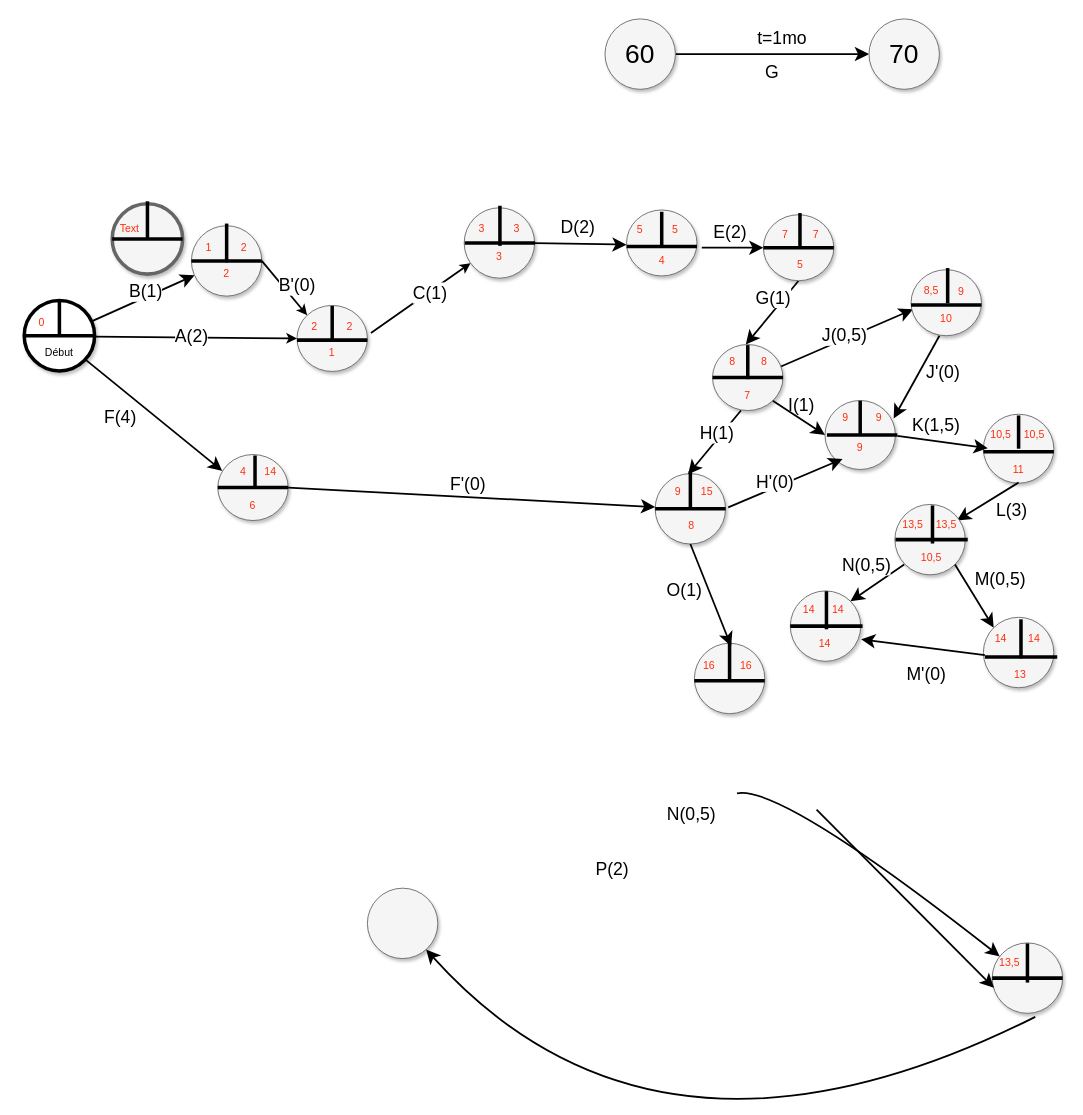
Above: Untitled Diagram.drawio in amalgum/laracarte-tdn (draw.io), before the change. Source tidied: cells renumbered, new cells numbered last; positions are measured from the earlier drawing's top-left corner, leaving out a move shared by most shapes. Both pictures are drawn from the tidied source at 88%, with x=0, y=0 at pixel (15, 18).
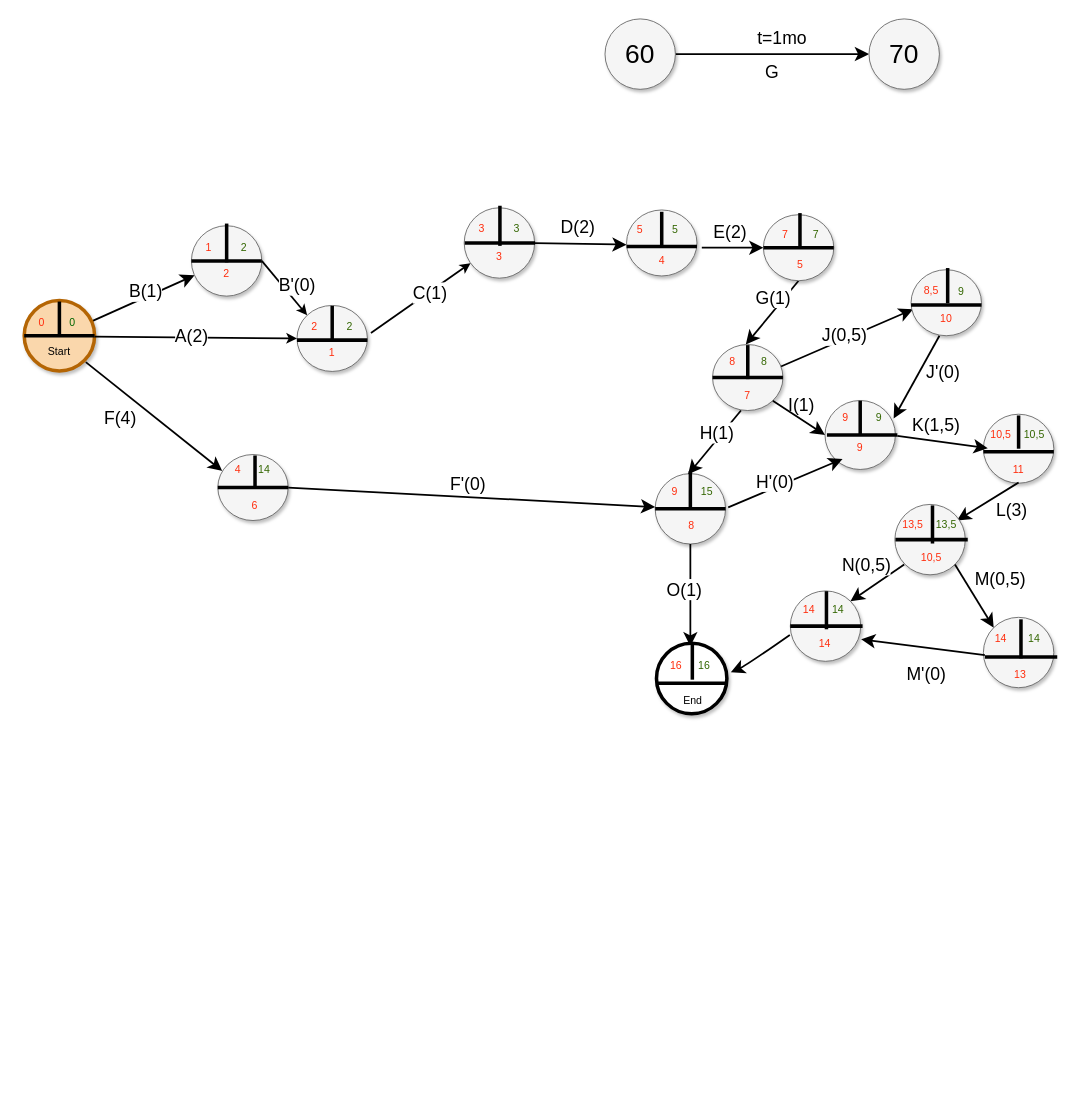
After the change.

The change refers to these unchanged cells:
```xml
<mxCell id="48" style="ellipse;whiteSpace=wrap;html=1;rounded=0;shadow=1;strokeColor=#666666;strokeWidth=1;fontSize=30;align=center;fillColor=#f5f5f5;" parent="1" vertex="1">
  <mxGeometry x="230" y="495" width="80" height="75" as="geometry" />
</mxCell>
<mxCell id="52" style="ellipse;whiteSpace=wrap;html=1;rounded=0;shadow=1;strokeColor=#666666;strokeWidth=1;fontSize=30;align=center;fillColor=#f5f5f5;direction=south;" parent="1" vertex="1">
  <mxGeometry x="727" y="516.7" width="80" height="80" as="geometry" />
</mxCell>
```

Diff of the diagram source:
```diff
@@
-    <mxCell id="3" style="ellipse;whiteSpace=wrap;html=1;rounded=0;shadow=1;strokeWidth=4;fontSize=30;align=center;" parent="1" vertex="1">
+    <mxCell id="3" style="ellipse;whiteSpace=wrap;html=1;rounded=0;shadow=1;strokeWidth=4;fontSize=30;align=center;fillColor=#fad7ac;strokeColor=#b46504;" parent="1" vertex="1">
       <mxGeometry x="10" y="320" width="80" height="80" as="geometry" />
     </mxCell>
@@
-    <mxCell id="18" style="ellipse;whiteSpace=wrap;html=1;rounded=0;shadow=1;strokeColor=#666666;strokeWidth=4;fontSize=30;align=center;fillColor=#f5f5f5;" parent="1" vertex="1">
-      <mxGeometry x="110" y="210" width="80" height="80" as="geometry" />
-    </mxCell>
-    <mxCell id="19" style="line;strokeWidth=4;html=1;perimeter=backbonePerimeter;" parent="1" vertex="1">
-      <mxGeometry x="110" y="245" width="80" height="10" as="geometry" />
-    </mxCell>
-    <mxCell id="20" style="line;strokeWidth=4;html=1;perimeter=backbonePerimeter;rotation=90;" parent="1" vertex="1">
-      <mxGeometry x="128.8" y="223.5" width="42.5" height="10" as="geometry" />
-    </mxCell>
-    <mxCell id="21" value="Début" style="text;html=1;strokeColor=none;fillColor=none;align=center;verticalAlign=middle;whiteSpace=wrap;rounded=0;" parent="1" vertex="1">
-      <mxGeometry x="20" y="365" width="60" height="30" as="geometry" />
+    <mxCell id="21" value="Start" style="text;html=1;strokeColor=none;fillColor=none;align=center;verticalAlign=middle;whiteSpace=wrap;rounded=0;" parent="1" vertex="1">
+      <mxGeometry x="30" y="365" width="40" height="25" as="geometry" />
     </mxCell>
@@
-    <mxCell id="44" style="ellipse;whiteSpace=wrap;html=1;rounded=0;shadow=1;strokeColor=#666666;strokeWidth=1;fontSize=30;align=center;fillColor=#f5f5f5;direction=south;" parent="1" vertex="1">
-      <mxGeometry x="1110" y="1050" width="80" height="80" as="geometry" />
-    </mxCell>
-    <mxCell id="45" style="ellipse;whiteSpace=wrap;html=1;rounded=0;shadow=1;strokeColor=#666666;strokeWidth=1;fontSize=30;align=center;fillColor=#f5f5f5;direction=south;" parent="1" vertex="1">
-      <mxGeometry x="771.6" y="709.5" width="80" height="80" as="geometry" />
-    </mxCell>
-    <mxCell id="46" style="edgeStyle=none;curved=1;html=1;startSize=10;endFill=1;endSize=10;strokeWidth=2;fontSize=12;exitX=1;exitY=0.75;exitDx=0;exitDy=0;entryX=0.063;entryY=0.248;entryDx=0;entryDy=0;entryPerimeter=0;" parent="1" edge="1" source="21" target="48">
-      <mxGeometry relative="1" as="geometry" />
+    <mxCell id="46" style="edgeStyle=none;curved=1;html=1;startSize=10;endFill=1;endSize=10;strokeWidth=2;fontSize=12;entryX=0.063;entryY=0.248;entryDx=0;entryDy=0;entryPerimeter=0;" parent="1" edge="1" target="48">
+      <mxGeometry relative="1" as="geometry">
+        <mxPoint x="80" y="390" as="sourcePoint" />
+      </mxGeometry>
     </mxCell>
@@
     <mxCell id="53" style="edgeStyle=none;curved=1;html=1;startSize=10;endFill=1;endSize=10;strokeWidth=2;fontSize=12;exitX=1;exitY=0.5;exitDx=0;exitDy=0;" parent="1" edge="1" source="52">
       <mxGeometry relative="1" as="geometry">
-        <mxPoint x="813.3" y="712.8" as="targetPoint" />
+        <mxPoint x="767" y="713" as="targetPoint" />
       </mxGeometry>
     </mxCell>
-    <mxCell id="54" style="edgeStyle=none;curved=1;html=1;startSize=10;endFill=1;endSize=10;strokeWidth=2;fontSize=12;entryX=0.638;entryY=0.975;entryDx=0;entryDy=0;entryPerimeter=0;" parent="1" edge="1" target="44">
-      <mxGeometry relative="1" as="geometry">
-        <mxPoint x="910.4" y="898.4" as="sourcePoint" />
-      </mxGeometry>
-    </mxCell>
-    <mxCell id="55" style="edgeStyle=none;curved=1;html=1;startSize=10;endFill=1;endSize=10;strokeWidth=2;fontSize=12;" parent="1" edge="1" target="44">
-      <mxGeometry relative="1" as="geometry">
-        <mxPoint x="820" y="880" as="sourcePoint" />
-        <Array as="points">
-          <mxPoint x="870" y="870" />
-        </Array>
-      </mxGeometry>
-    </mxCell>
@@
-    <mxCell id="62" style="line;strokeWidth=4;html=1;perimeter=backbonePerimeter;" parent="1" vertex="1">
-      <mxGeometry x="771.5" y="747.2" width="80" height="10" as="geometry" />
-    </mxCell>
-    <mxCell id="63" style="line;strokeWidth=4;html=1;perimeter=backbonePerimeter;" parent="1" vertex="1">
-      <mxGeometry x="1110" y="1085" width="80" height="10" as="geometry" />
-    </mxCell>
-    <mxCell id="64" style="line;strokeWidth=4;html=1;perimeter=backbonePerimeter;rotation=90;" parent="1" vertex="1">
-      <mxGeometry x="1127.8" y="1067.8" width="44.5" height="10" as="geometry" />
-    </mxCell>
-    <mxCell id="65" style="line;strokeWidth=4;html=1;perimeter=backbonePerimeter;rotation=90;" parent="1" vertex="1">
-      <mxGeometry x="789.3" y="725" width="44.5" height="10" as="geometry" />
-    </mxCell>
-    <mxCell id="66" value="Text" style="text;html=1;strokeColor=none;fillColor=none;align=center;verticalAlign=middle;whiteSpace=wrap;rounded=0;fontColor=#FF2D0D;" parent="1" vertex="1">
-      <mxGeometry x="100" y="223.5" width="60" height="30" as="geometry" />
-    </mxCell>
     <mxCell id="67" value="0" style="text;html=1;strokeColor=none;fillColor=none;align=center;verticalAlign=middle;whiteSpace=wrap;rounded=0;fontColor=#FF2D0D;" parent="1" vertex="1">
-      <mxGeometry y="330" width="60" height="30" as="geometry" />
+      <mxGeometry x="20" y="330" width="20" height="30" as="geometry" />
     </mxCell>
@@
     <mxCell id="71" value="&lt;font color=&quot;#FF2D0D&quot;&gt;4&lt;/font&gt;" style="text;html=1;strokeColor=none;fillColor=none;align=center;verticalAlign=middle;whiteSpace=wrap;rounded=0;" parent="1" vertex="1">
-      <mxGeometry x="228.9" y="500" width="60" height="30" as="geometry" />
+      <mxGeometry x="223.4" y="497.5" width="60" height="30" as="geometry" />
     </mxCell>
-    <mxCell id="72" style="ellipse;whiteSpace=wrap;html=1;rounded=0;shadow=1;strokeColor=#666666;strokeWidth=1;fontSize=30;align=center;fillColor=#f5f5f5;direction=south;" parent="1" vertex="1">
-      <mxGeometry x="400" y="987.8" width="80" height="80" as="geometry" />
-    </mxCell>
-    <mxCell id="73" style="edgeStyle=none;curved=1;html=1;startSize=10;endFill=1;endSize=10;strokeWidth=2;fontSize=12;exitX=1.05;exitY=0.388;exitDx=0;exitDy=0;exitPerimeter=0;" parent="1" edge="1" source="44" target="72">
-      <mxGeometry relative="1" as="geometry">
-        <Array as="points">
-          <mxPoint x="730" y="1350" />
-        </Array>
-      </mxGeometry>
-    </mxCell>
@@
-    <mxCell id="76" value="16" style="text;html=1;strokeColor=none;fillColor=none;align=center;verticalAlign=middle;whiteSpace=wrap;rounded=0;fontColor=#FF2D0D;" parent="1" vertex="1">
-      <mxGeometry x="797.5" y="720" width="64.7" height="30" as="geometry" />
-    </mxCell>
-    <mxCell id="77" value="13,5" style="text;html=1;strokeColor=none;fillColor=none;align=center;verticalAlign=middle;whiteSpace=wrap;rounded=0;fontColor=#FF2D0D;" parent="1" vertex="1">
-      <mxGeometry x="1100" y="1057.8" width="60" height="30" as="geometry" />
-    </mxCell>
-    <mxCell id="78" value="N(0,5)" style="text;html=1;align=center;verticalAlign=middle;labelBackgroundColor=#ffffff;fontSize=20;" parent="1" vertex="1">
-      <mxGeometry x="872.2" y="915" as="geometry">
-        <mxPoint x="-105" y="-13" as="offset" />
-      </mxGeometry>
-    </mxCell>
-    <mxCell id="79" value="P(2)" style="text;html=1;align=center;verticalAlign=middle;labelBackgroundColor=#ffffff;fontSize=20;" parent="1" vertex="1">
-      <mxGeometry x="780" y="979" as="geometry">
-        <mxPoint x="-103" y="-15" as="offset" />
-      </mxGeometry>
-    </mxCell>
@@
-    <mxCell id="82" value="2" style="text;html=1;strokeColor=none;fillColor=none;align=center;verticalAlign=middle;whiteSpace=wrap;rounded=0;fontColor=#FF2D0D;" parent="1" vertex="1">
+    <mxCell id="82" value="&lt;font color=&quot;#336600&quot;&gt;2&lt;/font&gt;" style="text;html=1;strokeColor=none;fillColor=none;align=center;verticalAlign=middle;whiteSpace=wrap;rounded=0;fontColor=#FF2D0D;" parent="1" vertex="1">
       <mxGeometry x="240" y="245" width="40" height="30" as="geometry" />
     </mxCell>
@@
-    <mxCell id="89" value="3" style="text;html=1;strokeColor=none;fillColor=none;align=center;verticalAlign=middle;whiteSpace=wrap;rounded=0;fontColor=#FF2D0D;" parent="1" vertex="1">
+    <mxCell id="89" value="&lt;font color=&quot;#336600&quot;&gt;3&lt;/font&gt;" style="text;html=1;strokeColor=none;fillColor=none;align=center;verticalAlign=middle;whiteSpace=wrap;rounded=0;fontColor=#FF2D0D;" parent="1" vertex="1">
       <mxGeometry x="540" y="223.5" width="60" height="30" as="geometry" />
     </mxCell>
@@
-    <mxCell id="91" value="5" style="text;html=1;strokeColor=none;fillColor=none;align=center;verticalAlign=middle;whiteSpace=wrap;rounded=0;fontColor=#FF2D0D;" parent="1" vertex="1">
+    <mxCell id="91" value="&lt;font color=&quot;#336600&quot;&gt;5&lt;/font&gt;" style="text;html=1;strokeColor=none;fillColor=none;align=center;verticalAlign=middle;whiteSpace=wrap;rounded=0;fontColor=#FF2D0D;" parent="1" vertex="1">
       <mxGeometry x="720" y="225" width="60" height="30" as="geometry" />
     </mxCell>
@@
-    <mxCell id="93" value="7" style="text;html=1;strokeColor=none;fillColor=none;align=center;verticalAlign=middle;whiteSpace=wrap;rounded=0;fontColor=#FF2D0D;" parent="1" vertex="1">
+    <mxCell id="93" value="&lt;font color=&quot;#336600&quot;&gt;7&lt;/font&gt;" style="text;html=1;strokeColor=none;fillColor=none;align=center;verticalAlign=middle;whiteSpace=wrap;rounded=0;fontColor=#FF2D0D;" parent="1" vertex="1">
       <mxGeometry x="880" y="229.6" width="60" height="30" as="geometry" />
     </mxCell>
@@
-    <mxCell id="100" value="9" style="text;html=1;strokeColor=none;fillColor=none;align=center;verticalAlign=middle;whiteSpace=wrap;rounded=0;fontColor=#FF2D0D;" parent="1" vertex="1">
+    <mxCell id="100" value="9" style="text;html=1;strokeColor=none;fillColor=none;align=center;verticalAlign=middle;whiteSpace=wrap;rounded=0;fontColor=#336600;" parent="1" vertex="1">
       <mxGeometry x="1040" y="294.6" width="70" height="30" as="geometry" />
     </mxCell>
@@
-    <mxCell id="105" value="9" style="text;html=1;strokeColor=none;fillColor=none;align=center;verticalAlign=middle;whiteSpace=wrap;rounded=0;fontColor=#FF2D0D;" parent="1" vertex="1">
+    <mxCell id="105" value="&lt;font color=&quot;#336600&quot;&gt;9&lt;/font&gt;" style="text;html=1;strokeColor=none;fillColor=none;align=center;verticalAlign=middle;whiteSpace=wrap;rounded=0;fontColor=#FF2D0D;" parent="1" vertex="1">
       <mxGeometry x="960.5" y="437.8" width="41.1" height="30" as="geometry" />
     </mxCell>
@@
-    <mxCell id="109" value="10,5" style="text;html=1;strokeColor=none;fillColor=none;align=center;verticalAlign=middle;whiteSpace=wrap;rounded=0;fontColor=#FF2D0D;" parent="1" vertex="1">
+    <mxCell id="109" value="&lt;font color=&quot;#336600&quot;&gt;10,5&lt;/font&gt;" style="text;html=1;strokeColor=none;fillColor=none;align=center;verticalAlign=middle;whiteSpace=wrap;rounded=0;fontColor=#FF2D0D;" parent="1" vertex="1">
       <mxGeometry x="1127.8" y="458.4" width="60" height="30" as="geometry" />
     </mxCell>
@@
-    <mxCell id="121" value="8" style="text;html=1;strokeColor=none;fillColor=none;align=center;verticalAlign=middle;whiteSpace=wrap;rounded=0;fontColor=#FF2D0D;" parent="1" vertex="1">
+    <mxCell id="121" value="&lt;font color=&quot;#336600&quot;&gt;8&lt;/font&gt;" style="text;html=1;strokeColor=none;fillColor=none;align=center;verticalAlign=middle;whiteSpace=wrap;rounded=0;fontColor=#FF2D0D;" parent="1" vertex="1">
       <mxGeometry x="820.5" y="375" width="60" height="30" as="geometry" />
     </mxCell>
@@
-    <mxCell id="130" value="13,5" style="text;html=1;strokeColor=none;fillColor=none;align=center;verticalAlign=middle;whiteSpace=wrap;rounded=0;fontColor=#FF2D0D;" parent="1" vertex="1">
+    <mxCell id="130" value="&lt;font color=&quot;#336600&quot;&gt;13,5&lt;/font&gt;" style="text;html=1;strokeColor=none;fillColor=none;align=center;verticalAlign=middle;whiteSpace=wrap;rounded=0;fontColor=#FF2D0D;" parent="1" vertex="1">
       <mxGeometry x="1027.8" y="559.5" width="60" height="30" as="geometry" />
     </mxCell>
@@
-    <mxCell id="136" value="2" style="text;html=1;strokeColor=none;fillColor=none;align=center;verticalAlign=middle;whiteSpace=wrap;rounded=0;fontColor=#FF2D0D;" parent="1" vertex="1">
+    <mxCell id="136" value="&lt;font color=&quot;#336600&quot;&gt;2&lt;/font&gt;" style="text;html=1;strokeColor=none;fillColor=none;align=center;verticalAlign=middle;whiteSpace=wrap;rounded=0;fontColor=#FF2D0D;" parent="1" vertex="1">
       <mxGeometry x="350" y="335" width="60" height="30" as="geometry" />
     </mxCell>
@@
-    <mxCell id="139" value="14" style="text;html=1;strokeColor=none;fillColor=none;align=center;verticalAlign=middle;whiteSpace=wrap;rounded=0;fontColor=#FF2D0D;" parent="1" vertex="1">
+    <mxCell id="139" value="14" style="text;html=1;strokeColor=none;fillColor=none;align=center;verticalAlign=middle;whiteSpace=wrap;rounded=0;fontColor=#336600;" parent="1" vertex="1">
       <mxGeometry x="904.7" y="656.9" width="60" height="30" as="geometry" />
     </mxCell>
@@
-    <mxCell id="142" value="14" style="text;html=1;strokeColor=none;fillColor=none;align=center;verticalAlign=middle;whiteSpace=wrap;rounded=0;fontColor=#FF2D0D;" parent="1" vertex="1">
+    <mxCell id="142" value="&lt;font color=&quot;#336600&quot;&gt;14&lt;/font&gt;" style="text;html=1;strokeColor=none;fillColor=none;align=center;verticalAlign=middle;whiteSpace=wrap;rounded=0;fontColor=#FF2D0D;" parent="1" vertex="1">
       <mxGeometry x="1127.8" y="690" width="60" height="30" as="geometry" />
     </mxCell>
@@
-    <mxCell id="144" value="15" style="text;html=1;strokeColor=none;fillColor=none;align=center;verticalAlign=middle;whiteSpace=wrap;rounded=0;fontColor=#FF2D0D;" parent="1" vertex="1">
+    <mxCell id="144" value="15" style="text;html=1;strokeColor=none;fillColor=none;align=center;verticalAlign=middle;whiteSpace=wrap;rounded=0;fontColor=#336600;" parent="1" vertex="1">
       <mxGeometry x="753.8" y="521.7" width="63.8" height="30" as="geometry" />
     </mxCell>
@@
-    <mxCell id="149" value="&lt;font color=&quot;#FF2D0D&quot;&gt;14&lt;/font&gt;" style="text;html=1;strokeColor=none;fillColor=none;align=center;verticalAlign=middle;whiteSpace=wrap;rounded=0;" parent="1" vertex="1">
-      <mxGeometry x="260" y="500" width="60" height="30" as="geometry" />
+    <mxCell id="149" value="&lt;font color=&quot;#336600&quot;&gt;14&lt;/font&gt;" style="text;html=1;strokeColor=none;fillColor=none;align=center;verticalAlign=middle;whiteSpace=wrap;rounded=0;" parent="1" vertex="1">
+      <mxGeometry x="253.4" y="497.6" width="60" height="30" as="geometry" />
     </mxCell>
     <mxCell id="150" value="&lt;font color=&quot;#FF2D0D&quot;&gt;6&lt;/font&gt;" style="text;html=1;strokeColor=none;fillColor=none;align=center;verticalAlign=middle;whiteSpace=wrap;rounded=0;" parent="1" vertex="1">
-      <mxGeometry x="240" y="537.5" width="60" height="30" as="geometry" />
+      <mxGeometry x="242.3" y="537.5" width="60" height="30" as="geometry" />
     </mxCell>
@@
     <mxCell id="152" value="9" style="text;html=1;strokeColor=none;fillColor=none;align=center;verticalAlign=middle;whiteSpace=wrap;rounded=0;fontColor=#FF2D0D;" parent="1" vertex="1">
-      <mxGeometry x="720.9" y="521.7" width="63.8" height="30" as="geometry" />
+      <mxGeometry x="730.4" y="521.7" width="39.1" height="30" as="geometry" />
     </mxCell>
@@
-    <mxCell id="154" value="16" style="text;html=1;strokeColor=none;fillColor=none;align=center;verticalAlign=middle;whiteSpace=wrap;rounded=0;fontColor=#FF2D0D;" parent="1" vertex="1">
-      <mxGeometry x="755.8" y="720" width="64.7" height="30" as="geometry" />
-    </mxCell>
+    <mxCell id="155" style="ellipse;whiteSpace=wrap;html=1;rounded=0;shadow=1;strokeWidth=4;fontSize=30;align=center;" parent="1" vertex="1">
+      <mxGeometry x="728.5" y="709.5" width="80" height="80" as="geometry" />
+    </mxCell>
+    <mxCell id="156" value="16" style="text;html=1;strokeColor=none;fillColor=none;align=center;verticalAlign=middle;whiteSpace=wrap;rounded=0;fontColor=#FF2D0D;" parent="1" vertex="1">
+      <mxGeometry x="720.9" y="720" width="60" height="30" as="geometry" />
+    </mxCell>
+    <mxCell id="157" style="line;strokeWidth=4;html=1;perimeter=backbonePerimeter;rotation=90;" parent="1" vertex="1">
+      <mxGeometry x="749.4" y="726" width="39.7" height="10" as="geometry" />
+    </mxCell>
+    <mxCell id="158" style="line;strokeWidth=4;html=1;perimeter=backbonePerimeter;" parent="1" vertex="1">
+      <mxGeometry x="728.5" y="750" width="80" height="10" as="geometry" />
+    </mxCell>
+    <mxCell id="159" value="End" style="text;html=1;strokeColor=none;fillColor=none;align=center;verticalAlign=middle;whiteSpace=wrap;rounded=0;" parent="1" vertex="1">
+      <mxGeometry x="740" y="759.5" width="60" height="30" as="geometry" />
+    </mxCell>
+    <mxCell id="160" value="&lt;font color=&quot;#336600&quot;&gt;16&lt;/font&gt;" style="text;html=1;strokeColor=none;fillColor=none;align=center;verticalAlign=middle;whiteSpace=wrap;rounded=0;fontColor=#FF2D0D;" parent="1" vertex="1">
+      <mxGeometry x="752.9" y="720" width="60" height="30" as="geometry" />
+    </mxCell>
+    <mxCell id="161" value="&lt;font color=&quot;#006600&quot;&gt;0&lt;/font&gt;" style="text;html=1;strokeColor=none;fillColor=none;align=center;verticalAlign=middle;whiteSpace=wrap;rounded=0;fontColor=#FF2D0D;" parent="1" vertex="1">
+      <mxGeometry x="40" y="330" width="50" height="30" as="geometry" />
+    </mxCell>
+    <mxCell id="162" style="edgeStyle=none;curved=1;html=1;startSize=10;endFill=1;endSize=10;strokeWidth=2;fontSize=12;entryX=1;entryY=0.75;entryDx=0;entryDy=0;" parent="1" edge="1" target="160">
+      <mxGeometry relative="1" as="geometry">
+        <mxPoint x="880" y="700" as="sourcePoint" />
+        <Array as="points">
+          <mxPoint x="830" y="735" />
+        </Array>
+      </mxGeometry>
+    </mxCell>
```
